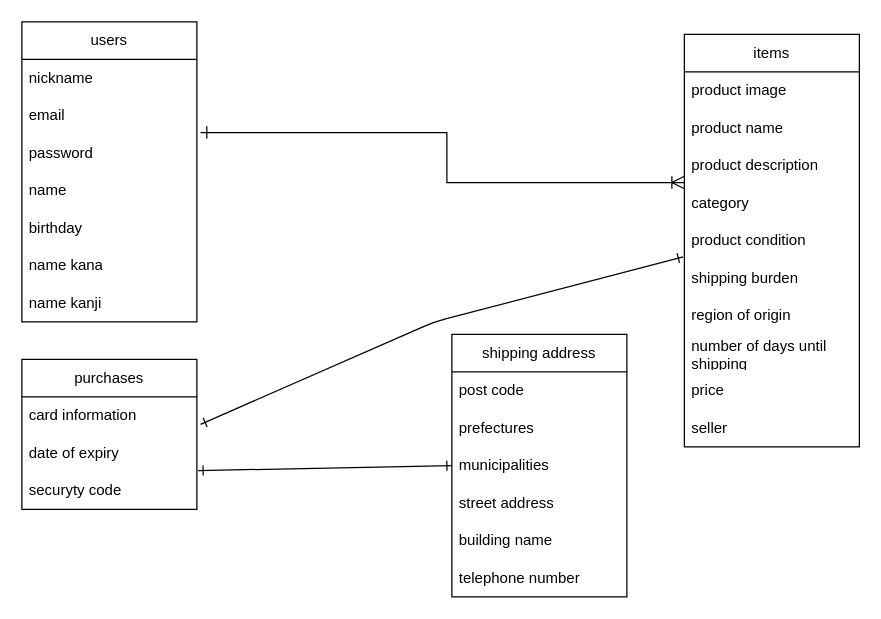
Before: app/views/test.dio in nagano19840910/furima-40222, a draw.io diagram. Source tidied: cells renumbered, new cells numbered last; positions are measured from the earlier drawing's top-left corner, leaving out a move shared by most shapes. Both pictures are drawn from the tidied source at 125%, with x=0, y=0 at pixel (21, 21).
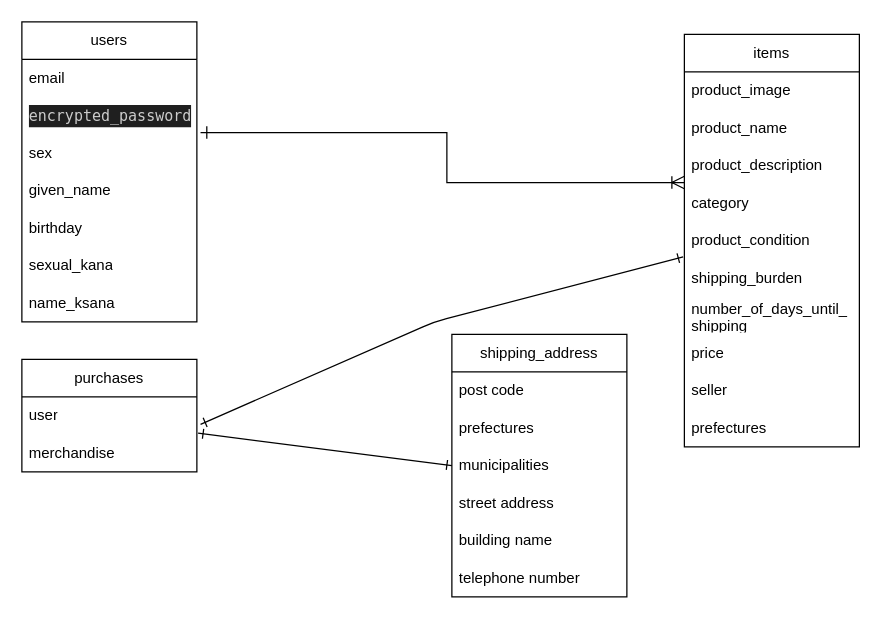
The same page after the edit.

Commit message (it also covers changes not shown here):
データベースコミット５

The change refers to these unchanged cells:
```xml
<mxCell id="2" value="users" style="swimlane;fontStyle=0;horizontal=1;startSize=30;whiteSpace=wrap;html=1;" parent="1" vertex="1">
  <mxGeometry width="140" height="240" as="geometry" />
</mxCell>
<mxCell id="10" value="items" style="swimlane;fontStyle=0;horizontal=1;startSize=30;whiteSpace=wrap;html=1;" parent="1" vertex="1">
  <mxGeometry x="530" y="10" width="140" height="330" as="geometry" />
</mxCell>
```

What changed in the source:
```diff
@@
-    <mxCell id="3" value="nickname" style="text;strokeColor=none;fillColor=none;align=left;verticalAlign=middle;spacingLeft=4;spacingRight=4;overflow=hidden;whiteSpace=wrap;html=1;" parent="2" vertex="1">
+    <mxCell id="3" value="email" style="text;strokeColor=none;fillColor=none;align=left;verticalAlign=middle;spacingLeft=4;spacingRight=4;overflow=hidden;whiteSpace=wrap;html=1;" parent="2" vertex="1">
       <mxGeometry y="30" width="140" height="30" as="geometry" />
     </mxCell>
-    <mxCell id="4" value="email" style="text;strokeColor=none;fillColor=none;align=left;verticalAlign=middle;spacingLeft=4;spacingRight=4;overflow=hidden;whiteSpace=wrap;html=1;" parent="2" vertex="1">
+    <mxCell id="4" value="&lt;div style=&quot;color: rgb(204, 204, 204); background-color: rgb(31, 31, 31); font-family: Menlo, Monaco, &amp;quot;Courier New&amp;quot;, monospace; line-height: 18px;&quot;&gt;encrypted_password&lt;/div&gt;" style="text;strokeColor=none;fillColor=none;align=left;verticalAlign=middle;spacingLeft=4;spacingRight=4;overflow=hidden;whiteSpace=wrap;html=1;" parent="2" vertex="1">
       <mxGeometry y="60" width="140" height="30" as="geometry" />
     </mxCell>
-    <mxCell id="5" value="password" style="text;strokeColor=none;fillColor=none;align=left;verticalAlign=middle;spacingLeft=4;spacingRight=4;overflow=hidden;points=[[0,0.5],[1,0.5]];portConstraint=eastwest;whiteSpace=wrap;html=1;" parent="2" vertex="1">
+    <mxCell id="5" value="sex" style="text;strokeColor=none;fillColor=none;align=left;verticalAlign=middle;spacingLeft=4;spacingRight=4;overflow=hidden;points=[[0,0.5],[1,0.5]];portConstraint=eastwest;whiteSpace=wrap;html=1;" parent="2" vertex="1">
       <mxGeometry y="90" width="140" height="30" as="geometry" />
     </mxCell>
-    <mxCell id="6" value="name" style="text;strokeColor=none;fillColor=none;align=left;verticalAlign=middle;spacingLeft=4;spacingRight=4;overflow=hidden;whiteSpace=wrap;html=1;" parent="2" vertex="1">
+    <mxCell id="6" value="given_name" style="text;strokeColor=none;fillColor=none;align=left;verticalAlign=middle;spacingLeft=4;spacingRight=4;overflow=hidden;whiteSpace=wrap;html=1;" parent="2" vertex="1">
       <mxGeometry y="120" width="140" height="30" as="geometry" />
     </mxCell>
@@
-    <mxCell id="8" value="name kana" style="text;strokeColor=none;fillColor=none;align=left;verticalAlign=middle;spacingLeft=4;spacingRight=4;overflow=hidden;whiteSpace=wrap;html=1;" parent="2" vertex="1">
+    <mxCell id="8" value="sexual_kana" style="text;strokeColor=none;fillColor=none;align=left;verticalAlign=middle;spacingLeft=4;spacingRight=4;overflow=hidden;whiteSpace=wrap;html=1;" parent="2" vertex="1">
       <mxGeometry y="180" width="140" height="30" as="geometry" />
     </mxCell>
-    <mxCell id="9" value="name kanji" style="text;strokeColor=none;fillColor=none;align=left;verticalAlign=middle;spacingLeft=4;spacingRight=4;overflow=hidden;whiteSpace=wrap;html=1;" parent="2" vertex="1">
+    <mxCell id="9" value="name_ksana" style="text;strokeColor=none;fillColor=none;align=left;verticalAlign=middle;spacingLeft=4;spacingRight=4;overflow=hidden;whiteSpace=wrap;html=1;" parent="2" vertex="1">
       <mxGeometry y="210" width="140" height="30" as="geometry" />
     </mxCell>
@@
-    <mxCell id="11" value="product image" style="text;strokeColor=none;fillColor=none;align=left;verticalAlign=middle;spacingLeft=4;spacingRight=4;overflow=hidden;whiteSpace=wrap;html=1;" parent="10" vertex="1">
+    <mxCell id="11" value="product_image" style="text;strokeColor=none;fillColor=none;align=left;verticalAlign=middle;spacingLeft=4;spacingRight=4;overflow=hidden;whiteSpace=wrap;html=1;" parent="10" vertex="1">
       <mxGeometry y="30" width="140" height="30" as="geometry" />
     </mxCell>
-    <mxCell id="12" value="product name" style="text;strokeColor=none;fillColor=none;align=left;verticalAlign=middle;spacingLeft=4;spacingRight=4;overflow=hidden;whiteSpace=wrap;html=1;" parent="10" vertex="1">
+    <mxCell id="12" value="product_name" style="text;strokeColor=none;fillColor=none;align=left;verticalAlign=middle;spacingLeft=4;spacingRight=4;overflow=hidden;whiteSpace=wrap;html=1;" parent="10" vertex="1">
       <mxGeometry y="60" width="140" height="30" as="geometry" />
     </mxCell>
-    <mxCell id="13" value="product description" style="text;strokeColor=none;fillColor=none;align=left;verticalAlign=middle;spacingLeft=4;spacingRight=4;overflow=hidden;points=[[0,0.5],[1,0.5]];portConstraint=eastwest;whiteSpace=wrap;html=1;" parent="10" vertex="1">
+    <mxCell id="13" value="product_description" style="text;strokeColor=none;fillColor=none;align=left;verticalAlign=middle;spacingLeft=4;spacingRight=4;overflow=hidden;points=[[0,0.5],[1,0.5]];portConstraint=eastwest;whiteSpace=wrap;html=1;" parent="10" vertex="1">
       <mxGeometry y="90" width="140" height="30" as="geometry" />
     </mxCell>
@@
-    <mxCell id="15" value="product condition" style="text;strokeColor=none;fillColor=none;align=left;verticalAlign=middle;spacingLeft=4;spacingRight=4;overflow=hidden;whiteSpace=wrap;html=1;" parent="10" vertex="1">
+    <mxCell id="15" value="product_condition" style="text;strokeColor=none;fillColor=none;align=left;verticalAlign=middle;spacingLeft=4;spacingRight=4;overflow=hidden;whiteSpace=wrap;html=1;" parent="10" vertex="1">
       <mxGeometry y="150" width="140" height="30" as="geometry" />
     </mxCell>
-    <mxCell id="16" value="shipping burden" style="text;strokeColor=none;fillColor=none;align=left;verticalAlign=middle;spacingLeft=4;spacingRight=4;overflow=hidden;points=[[0,0.5],[1,0.5]];portConstraint=eastwest;whiteSpace=wrap;html=1;" parent="10" vertex="1">
+    <mxCell id="16" value="shipping_burden" style="text;strokeColor=none;fillColor=none;align=left;verticalAlign=middle;spacingLeft=4;spacingRight=4;overflow=hidden;points=[[0,0.5],[1,0.5]];portConstraint=eastwest;whiteSpace=wrap;html=1;" parent="10" vertex="1">
       <mxGeometry y="180" width="140" height="30" as="geometry" />
     </mxCell>
-    <mxCell id="17" value="region of origin" style="text;strokeColor=none;fillColor=none;align=left;verticalAlign=middle;spacingLeft=4;spacingRight=4;overflow=hidden;whiteSpace=wrap;html=1;" parent="10" vertex="1">
-      <mxGeometry y="210" width="140" height="30" as="geometry" />
-    </mxCell>
-    <mxCell id="18" value="number of days until shipping" style="text;strokeColor=none;fillColor=none;align=left;verticalAlign=middle;spacingLeft=4;spacingRight=4;overflow=hidden;whiteSpace=wrap;html=1;" parent="10" vertex="1">
-      <mxGeometry y="240" width="140" height="30" as="geometry" />
+    <mxCell id="18" value="number_of_days_until_&lt;br&gt;shipping" style="text;strokeColor=none;fillColor=none;align=left;verticalAlign=middle;spacingLeft=4;spacingRight=4;overflow=hidden;whiteSpace=wrap;html=1;" parent="10" vertex="1">
+      <mxGeometry y="210" width="140" height="30" as="geometry" />
     </mxCell>
     <mxCell id="19" value="price" style="text;strokeColor=none;fillColor=none;align=left;verticalAlign=middle;spacingLeft=4;spacingRight=4;overflow=hidden;whiteSpace=wrap;html=1;" parent="10" vertex="1">
-      <mxGeometry y="270" width="140" height="30" as="geometry" />
+      <mxGeometry y="240" width="140" height="30" as="geometry" />
     </mxCell>
     <mxCell id="20" value="seller" style="text;strokeColor=none;fillColor=none;align=left;verticalAlign=middle;spacingLeft=4;spacingRight=4;overflow=hidden;whiteSpace=wrap;html=1;" parent="10" vertex="1">
-      <mxGeometry y="300" width="140" height="30" as="geometry" />
+      <mxGeometry y="270" width="140" height="30" as="geometry" />
     </mxCell>
+    <mxCell id="35" value="prefectures" style="text;strokeColor=none;fillColor=none;align=left;verticalAlign=middle;spacingLeft=4;spacingRight=4;overflow=hidden;whiteSpace=wrap;html=1;" parent="10" vertex="1">
+      <mxGeometry y="300" width="140" height="30" as="geometry" />
+    </mxCell>
@@
     <mxCell id="22" value="purchases" style="swimlane;fontStyle=0;horizontal=1;startSize=30;whiteSpace=wrap;html=1;" parent="1" vertex="1">
-      <mxGeometry y="270" width="140" height="120" as="geometry" />
+      <mxGeometry y="270" width="140" height="90" as="geometry" />
     </mxCell>
-    <mxCell id="23" value="card information" style="text;strokeColor=none;fillColor=none;align=left;verticalAlign=middle;spacingLeft=4;spacingRight=4;overflow=hidden;points=[[0,0.5],[1,0.5]];portConstraint=eastwest;whiteSpace=wrap;html=1;" parent="22" vertex="1">
+    <mxCell id="23" value="user" style="text;strokeColor=none;fillColor=none;align=left;verticalAlign=middle;spacingLeft=4;spacingRight=4;overflow=hidden;points=[[0,0.5],[1,0.5]];portConstraint=eastwest;whiteSpace=wrap;html=1;" parent="22" vertex="1">
       <mxGeometry y="30" width="140" height="30" as="geometry" />
     </mxCell>
-    <mxCell id="24" value="date of expiry" style="text;strokeColor=none;fillColor=none;align=left;verticalAlign=middle;spacingLeft=4;spacingRight=4;overflow=hidden;whiteSpace=wrap;html=1;" parent="22" vertex="1">
-      <mxGeometry y="60" width="140" height="30" as="geometry" />
-    </mxCell>
-    <mxCell id="25" value="securyty code" style="text;strokeColor=none;fillColor=none;align=left;verticalAlign=middle;spacingLeft=4;spacingRight=4;overflow=hidden;points=[[0,0.5],[1,0.5]];portConstraint=eastwest;whiteSpace=wrap;html=1;" parent="22" vertex="1">
-      <mxGeometry y="90" width="140" height="30" as="geometry" />
+    <mxCell id="25" value="merchandise" style="text;strokeColor=none;fillColor=none;align=left;verticalAlign=middle;spacingLeft=4;spacingRight=4;overflow=hidden;points=[[0,0.5],[1,0.5]];portConstraint=eastwest;whiteSpace=wrap;html=1;" parent="22" vertex="1">
+      <mxGeometry y="60" width="140" height="30" as="geometry" />
     </mxCell>
@@
-    <mxCell id="27" value="shipping address" style="swimlane;fontStyle=0;horizontal=1;startSize=30;whiteSpace=wrap;html=1;" parent="1" vertex="1">
+    <mxCell id="27" value="shipping_address" style="swimlane;fontStyle=0;horizontal=1;startSize=30;whiteSpace=wrap;html=1;" parent="1" vertex="1">
       <mxGeometry x="344" y="250" width="140" height="210" as="geometry" />
     </mxCell>
```
